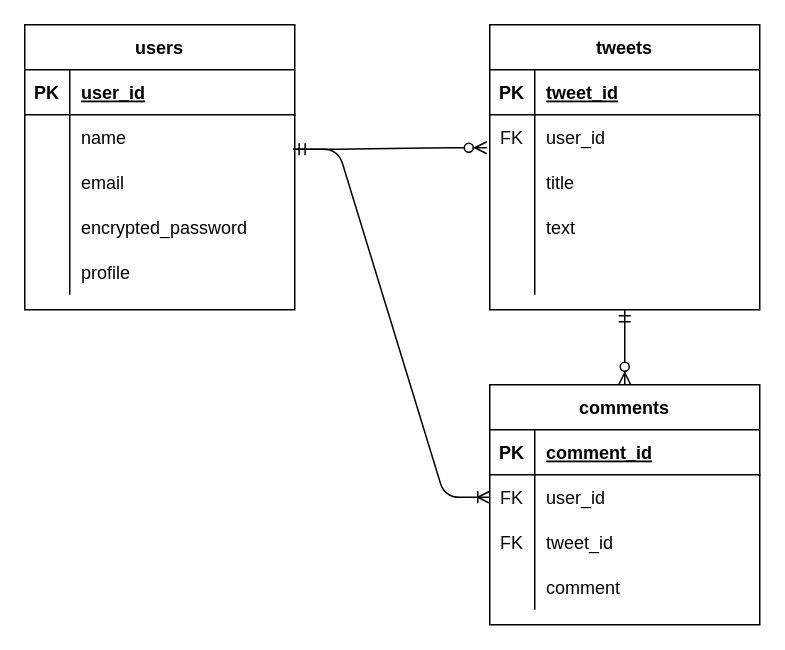
This is motivate.dio from kanou7/motivate, a draw.io file, before an edit. Source tidied: cells renumbered, new cells numbered last; positions are measured from the earlier drawing's top-left corner, leaving out a move shared by most shapes. Both pictures are drawn from the tidied source at 150%, with x=0, y=0 at pixel (24, 24).
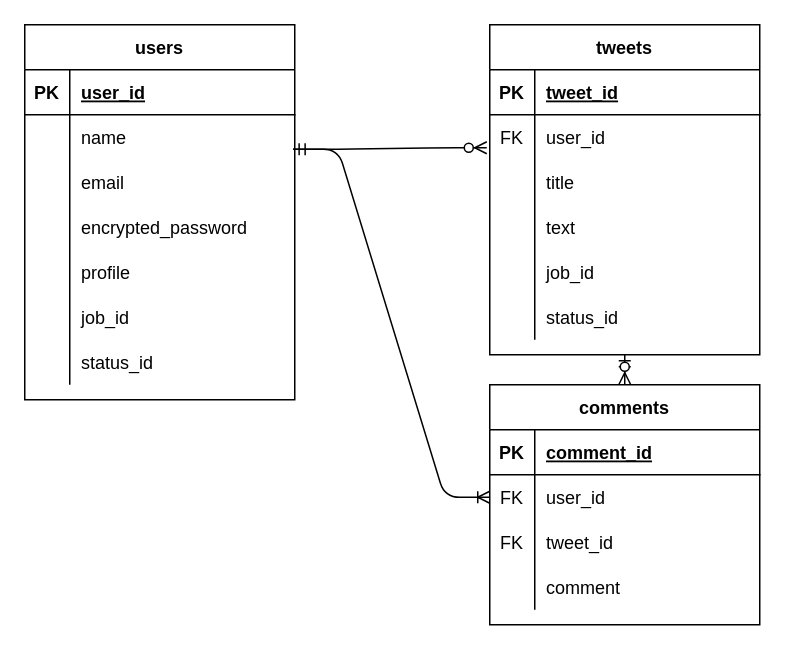
The same diagram, later.

Unchanged cells that the change refers to:
```xml
<mxCell id="32" style="shape=partialRectangle;fillColor=none;top=0;left=0;bottom=0;right=0;" parent="19" vertex="1">
  <mxGeometry y="150" width="180" height="30" as="geometry" />
</mxCell>
```

The edit, as a diff of the source:
```diff
@@
     <mxCell id="2" value="users" style="shape=table;startSize=30;childLayout=tableLayout;rowLines=0;fontStyle=1;align=center;" parent="1" vertex="1">
-      <mxGeometry width="180" height="190" as="geometry" />
+      <mxGeometry width="180" height="250" as="geometry" />
     </mxCell>
@@
+    <mxCell id="50" style="shape=partialRectangle;fillColor=none;top=0;left=0;bottom=0;right=0;" parent="2" vertex="1">
+      <mxGeometry y="180" width="180" height="30" as="geometry" />
+    </mxCell>
+    <mxCell id="51" style="shape=partialRectangle;fillColor=none;top=0;left=0;bottom=0;right=0;overflow=hidden;" parent="50" vertex="1">
+      <mxGeometry width="30" height="30" as="geometry" />
+    </mxCell>
+    <mxCell id="52" value="job_id" style="shape=partialRectangle;fillColor=none;top=0;left=0;bottom=0;right=0;align=left;spacingLeft=6;overflow=hidden;" parent="50" vertex="1">
+      <mxGeometry x="30" width="150" height="30" as="geometry" />
+    </mxCell>
+    <mxCell id="53" style="shape=partialRectangle;fillColor=none;top=0;left=0;bottom=0;right=0;" parent="2" vertex="1">
+      <mxGeometry y="210" width="180" height="30" as="geometry" />
+    </mxCell>
+    <mxCell id="54" style="shape=partialRectangle;fillColor=none;top=0;left=0;bottom=0;right=0;overflow=hidden;" parent="53" vertex="1">
+      <mxGeometry width="30" height="30" as="geometry" />
+    </mxCell>
+    <mxCell id="55" value="status_id" style="shape=partialRectangle;fillColor=none;top=0;left=0;bottom=0;right=0;align=left;spacingLeft=6;overflow=hidden;" parent="53" vertex="1">
+      <mxGeometry x="30" width="150" height="30" as="geometry" />
+    </mxCell>
@@
     <mxCell id="19" value="tweets" style="shape=table;startSize=30;childLayout=tableLayout;rowLines=0;fontStyle=1;align=center;" parent="1" vertex="1">
-      <mxGeometry x="310" width="180" height="190" as="geometry" />
+      <mxGeometry x="310" width="180" height="220" as="geometry" />
     </mxCell>
@@
-    <mxCell id="34" style="shape=partialRectangle;fillColor=none;top=0;left=0;bottom=0;right=0;align=left;spacingLeft=6;overflow=hidden;" parent="32" vertex="1">
+    <mxCell id="34" value="job_id" style="shape=partialRectangle;fillColor=none;top=0;left=0;bottom=0;right=0;align=left;spacingLeft=6;overflow=hidden;" parent="32" vertex="1">
       <mxGeometry x="30" width="150" height="30" as="geometry" />
     </mxCell>
+    <mxCell id="56" style="shape=partialRectangle;fillColor=none;top=0;left=0;bottom=0;right=0;" parent="19" vertex="1">
+      <mxGeometry y="180" width="180" height="30" as="geometry" />
+    </mxCell>
+    <mxCell id="57" style="shape=partialRectangle;fillColor=none;top=0;left=0;bottom=0;right=0;overflow=hidden;" parent="56" vertex="1">
+      <mxGeometry width="30" height="30" as="geometry" />
+    </mxCell>
+    <mxCell id="58" value="status_id" style="shape=partialRectangle;fillColor=none;top=0;left=0;bottom=0;right=0;align=left;spacingLeft=6;overflow=hidden;" parent="56" vertex="1">
+      <mxGeometry x="30" width="150" height="30" as="geometry" />
+    </mxCell>
```
